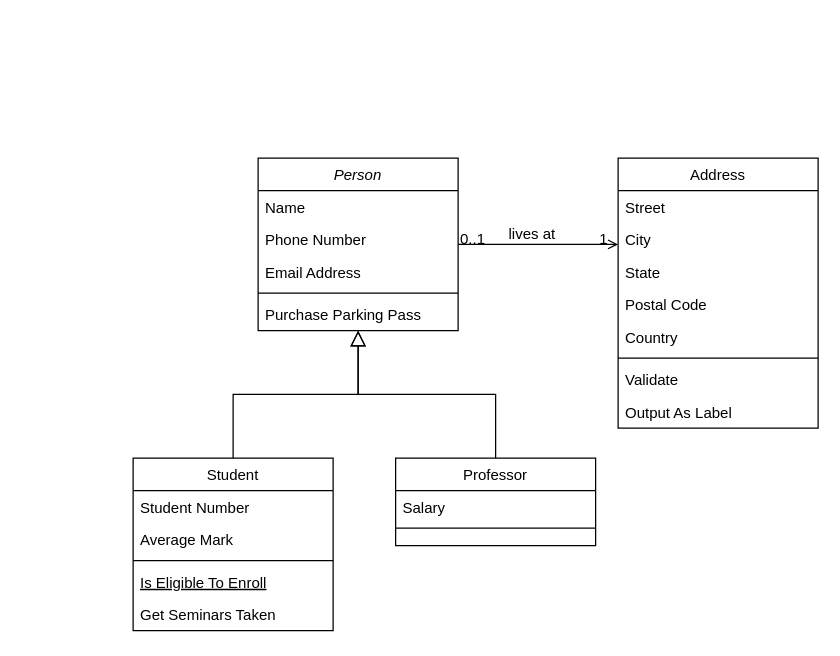
Before: Untitled Diagram.drawio in LucasOtw/SAE-1.04-BDD, a draw.io diagram. Source tidied: cells renumbered, new cells numbered last; positions are measured from the earlier drawing's top-left corner, leaving out a move shared by most shapes. Both pictures are drawn from the tidied source at 125%, with x=0, y=0 at pixel (132, 158).
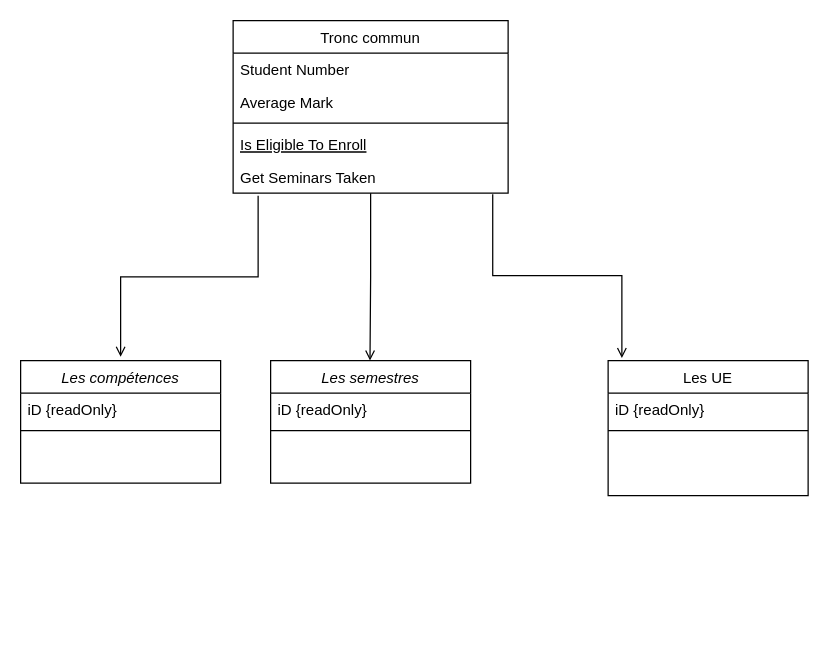
The same diagram, later.

Commit message:
Diagramme_Classes_S1

Change to the diagram source:
```diff
@@
-    <mxCell id="2" value="Person" style="swimlane;fontStyle=2;align=center;verticalAlign=top;horizontal=1;startSize=26;rounded=0;shadow=0;strokeWidth=1;" parent="1" vertex="1">
-      <mxGeometry x="100" width="160" height="138" as="geometry" />
+    <mxCell id="2" value="Les semestres" style="swimlane;fontStyle=2;align=center;verticalAlign=top;horizontal=1;startSize=26;rounded=0;shadow=0;strokeWidth=1;" parent="1" vertex="1">
+      <mxGeometry x="110" y="162" width="160" height="98" as="geometry" />
     </mxCell>
-    <mxCell id="3" value="Name" style="text;align=left;verticalAlign=top;spacingLeft=4;spacingRight=4;overflow=hidden;" parent="2" vertex="1">
+    <mxCell id="3" value="iD {readOnly}" style="text;align=left;verticalAlign=top;spacingLeft=4;spacingRight=4;overflow=hidden;" parent="2" vertex="1">
       <mxGeometry y="26" width="160" height="26" as="geometry" />
     </mxCell>
-    <mxCell id="4" value="Phone Number" style="text;align=left;verticalAlign=top;spacingLeft=4;spacingRight=4;overflow=hidden;rounded=0;shadow=0;html=0;" parent="2" vertex="1">
-      <mxGeometry y="52" width="160" height="26" as="geometry" />
-    </mxCell>
-    <mxCell id="5" value="Email Address" style="text;align=left;verticalAlign=top;spacingLeft=4;spacingRight=4;overflow=hidden;rounded=0;shadow=0;html=0;" parent="2" vertex="1">
-      <mxGeometry y="78" width="160" height="26" as="geometry" />
-    </mxCell>
     <mxCell id="6" style="line;html=1;strokeWidth=1;align=left;verticalAlign=middle;spacingTop=-1;spacingLeft=3;spacingRight=3;labelPosition=right;" parent="2" vertex="1">
-      <mxGeometry y="104" width="160" height="8" as="geometry" />
+      <mxGeometry y="52" width="160" height="8" as="geometry" />
     </mxCell>
-    <mxCell id="7" value="Purchase Parking Pass" style="text;align=left;verticalAlign=top;spacingLeft=4;spacingRight=4;overflow=hidden;" parent="2" vertex="1">
-      <mxGeometry y="112" width="160" height="26" as="geometry" />
-    </mxCell>
-    <mxCell id="8" value="Student" style="swimlane;fontStyle=0;align=center;verticalAlign=top;horizontal=1;startSize=26;rounded=0;shadow=0;strokeWidth=1;" parent="1" vertex="1">
-      <mxGeometry y="240" width="160" height="138" as="geometry" />
+    <mxCell id="8" value="Tronc commun" style="swimlane;fontStyle=0;align=center;verticalAlign=top;horizontal=1;startSize=26;rounded=0;shadow=0;strokeWidth=1;" parent="1" vertex="1">
+      <mxGeometry x="80" y="-110" width="220" height="138" as="geometry" />
     </mxCell>
     <mxCell id="9" value="Student Number" style="text;align=left;verticalAlign=top;spacingLeft=4;spacingRight=4;overflow=hidden;" parent="8" vertex="1">
-      <mxGeometry y="26" width="160" height="26" as="geometry" />
+      <mxGeometry y="26" width="220" height="26" as="geometry" />
     </mxCell>
     <mxCell id="10" value="Average Mark" style="text;align=left;verticalAlign=top;spacingLeft=4;spacingRight=4;overflow=hidden;rounded=0;shadow=0;html=0;" parent="8" vertex="1">
-      <mxGeometry y="52" width="160" height="26" as="geometry" />
+      <mxGeometry y="52" width="220" height="26" as="geometry" />
     </mxCell>
     <mxCell id="11" style="line;html=1;strokeWidth=1;align=left;verticalAlign=middle;spacingTop=-1;spacingLeft=3;spacingRight=3;labelPosition=right;" parent="8" vertex="1">
-      <mxGeometry y="78" width="160" height="8" as="geometry" />
+      <mxGeometry y="78" width="220" height="8" as="geometry" />
     </mxCell>
     <mxCell id="12" value="Is Eligible To Enroll" style="text;align=left;verticalAlign=top;spacingLeft=4;spacingRight=4;overflow=hidden;fontStyle=4;" parent="8" vertex="1">
-      <mxGeometry y="86" width="160" height="26" as="geometry" />
+      <mxGeometry y="86" width="220" height="26" as="geometry" />
     </mxCell>
     <mxCell id="13" value="Get Seminars Taken" style="text;align=left;verticalAlign=top;spacingLeft=4;spacingRight=4;overflow=hidden;points=[[0,0.5],[1,0.5]];portConstraint=eastwest;" parent="8" vertex="1">
-      <mxGeometry y="112" width="160" height="26" as="geometry" />
+      <mxGeometry y="112" width="220" height="26" as="geometry" />
     </mxCell>
-    <mxCell id="14" style="endArrow=block;endSize=10;endFill=0;shadow=0;strokeWidth=1;rounded=0;edgeStyle=elbowEdgeStyle;elbow=vertical;" parent="1" edge="1" source="8" target="2">
-      <mxGeometry relative="1" as="geometry" />
-    </mxCell>
-    <mxCell id="15" value="Professor" style="swimlane;fontStyle=0;align=center;verticalAlign=top;horizontal=1;startSize=26;rounded=0;shadow=0;strokeWidth=1;" parent="1" vertex="1">
-      <mxGeometry x="210" y="240" width="160" height="70" as="geometry" />
-    </mxCell>
-    <mxCell id="16" value="Salary" style="text;align=left;verticalAlign=top;spacingLeft=4;spacingRight=4;overflow=hidden;" parent="15" vertex="1">
-      <mxGeometry y="26" width="160" height="26" as="geometry" />
-    </mxCell>
-    <mxCell id="17" style="line;html=1;strokeWidth=1;align=left;verticalAlign=middle;spacingTop=-1;spacingLeft=3;spacingRight=3;labelPosition=right;" parent="15" vertex="1">
-      <mxGeometry y="52" width="160" height="8" as="geometry" />
-    </mxCell>
-    <mxCell id="18" style="endArrow=block;endSize=10;endFill=0;shadow=0;strokeWidth=1;rounded=0;edgeStyle=elbowEdgeStyle;elbow=vertical;" parent="1" edge="1" source="15" target="2">
-      <mxGeometry relative="1" as="geometry" />
-    </mxCell>
-    <mxCell id="19" value="Address" style="swimlane;fontStyle=0;align=center;verticalAlign=top;horizontal=1;startSize=26;rounded=0;shadow=0;strokeWidth=1;" parent="1" vertex="1">
-      <mxGeometry x="388" width="160" height="216" as="geometry" />
+    <mxCell id="19" value="Les UE" style="swimlane;fontStyle=0;align=center;verticalAlign=top;horizontal=1;startSize=26;rounded=0;shadow=0;strokeWidth=1;" parent="1" vertex="1">
+      <mxGeometry x="380" y="162" width="160" height="108" as="geometry" />
     </mxCell>
-    <mxCell id="20" value="Street" style="text;align=left;verticalAlign=top;spacingLeft=4;spacingRight=4;overflow=hidden;" parent="19" vertex="1">
+    <mxCell id="20" value="iD {readOnly}" style="text;align=left;verticalAlign=top;spacingLeft=4;spacingRight=4;overflow=hidden;" parent="19" vertex="1">
       <mxGeometry y="26" width="160" height="26" as="geometry" />
     </mxCell>
-    <mxCell id="21" value="City" style="text;align=left;verticalAlign=top;spacingLeft=4;spacingRight=4;overflow=hidden;rounded=0;shadow=0;html=0;" parent="19" vertex="1">
-      <mxGeometry y="52" width="160" height="26" as="geometry" />
-    </mxCell>
-    <mxCell id="22" value="State" style="text;align=left;verticalAlign=top;spacingLeft=4;spacingRight=4;overflow=hidden;rounded=0;shadow=0;html=0;" parent="19" vertex="1">
-      <mxGeometry y="78" width="160" height="26" as="geometry" />
-    </mxCell>
-    <mxCell id="23" value="Postal Code" style="text;align=left;verticalAlign=top;spacingLeft=4;spacingRight=4;overflow=hidden;rounded=0;shadow=0;html=0;" parent="19" vertex="1">
-      <mxGeometry y="104" width="160" height="26" as="geometry" />
-    </mxCell>
-    <mxCell id="24" value="Country" style="text;align=left;verticalAlign=top;spacingLeft=4;spacingRight=4;overflow=hidden;rounded=0;shadow=0;html=0;" parent="19" vertex="1">
-      <mxGeometry y="130" width="160" height="26" as="geometry" />
-    </mxCell>
     <mxCell id="25" style="line;html=1;strokeWidth=1;align=left;verticalAlign=middle;spacingTop=-1;spacingLeft=3;spacingRight=3;labelPosition=right;" parent="19" vertex="1">
-      <mxGeometry y="156" width="160" height="8" as="geometry" />
+      <mxGeometry y="52" width="160" height="8" as="geometry" />
     </mxCell>
-    <mxCell id="26" value="Validate" style="text;align=left;verticalAlign=top;spacingLeft=4;spacingRight=4;overflow=hidden;" parent="19" vertex="1">
-      <mxGeometry y="164" width="160" height="26" as="geometry" />
-    </mxCell>
-    <mxCell id="27" value="Output As Label" style="text;align=left;verticalAlign=top;spacingLeft=4;spacingRight=4;overflow=hidden;" parent="19" vertex="1">
-      <mxGeometry y="190" width="160" height="26" as="geometry" />
-    </mxCell>
-    <mxCell id="28" style="endArrow=open;shadow=0;strokeWidth=1;rounded=0;endFill=1;edgeStyle=elbowEdgeStyle;elbow=vertical;" parent="1" edge="1" source="2" target="19">
-      <mxGeometry x="0.5" y="41" relative="1" as="geometry">
-        <mxPoint x="-40" y="32" as="offset" />
-      </mxGeometry>
-    </mxCell>
-    <mxCell id="29" value="0..1" style="align=left;verticalAlign=bottom;labelBackgroundColor=none;fontSize=12;" parent="28" vertex="1">
-      <mxGeometry x="-1" relative="1" as="geometry">
-        <mxPoint y="4" as="offset" />
-      </mxGeometry>
-    </mxCell>
-    <mxCell id="30" value="1" style="align=right;verticalAlign=bottom;labelBackgroundColor=none;fontSize=12;" parent="28" vertex="1">
-      <mxGeometry x="1" relative="1" as="geometry">
-        <mxPoint x="-7" y="4" as="offset" />
-      </mxGeometry>
-    </mxCell>
-    <mxCell id="31" value="lives at" style="text;html=1;align=center;verticalAlign=middle;labelBackgroundColor=none;rounded=0;shadow=0;strokeWidth=1;fontSize=12;" parent="28" vertex="1">
-      <mxGeometry x="0.5" y="49" relative="1" as="geometry">
-        <mxPoint x="-38" y="40" as="offset" />
-      </mxGeometry>
-    </mxCell>
+    <mxCell id="32" style="endArrow=open;shadow=0;strokeWidth=1;rounded=0;endFill=1;edgeStyle=elbowEdgeStyle;elbow=vertical;" parent="1" edge="1" source="13">
+      <mxGeometry x="0.5" y="41" relative="1" as="geometry">
+        <mxPoint x="189.5" y="162" as="targetPoint" />
+        <mxPoint x="-40" y="32" as="offset" />
+      </mxGeometry>
+    </mxCell>
+    <mxCell id="33" style="endArrow=open;shadow=0;strokeWidth=1;rounded=0;endFill=1;edgeStyle=elbowEdgeStyle;elbow=vertical;exitX=0.944;exitY=1.038;exitDx=0;exitDy=0;exitPerimeter=0;" parent="1" edge="1" source="13">
+      <mxGeometry x="0.5" y="41" relative="1" as="geometry">
+        <mxPoint x="391" y="160" as="targetPoint" />
+        <mxPoint x="-40" y="32" as="offset" />
+      </mxGeometry>
+    </mxCell>
+    <mxCell id="34" value="Les compétences" style="swimlane;fontStyle=2;align=center;verticalAlign=top;horizontal=1;startSize=26;rounded=0;shadow=0;strokeWidth=1;" parent="1" vertex="1">
+      <mxGeometry x="-90" y="162" width="160" height="98" as="geometry" />
+    </mxCell>
+    <mxCell id="35" value="iD {readOnly}" style="text;align=left;verticalAlign=top;spacingLeft=4;spacingRight=4;overflow=hidden;" parent="34" vertex="1">
+      <mxGeometry y="26" width="160" height="26" as="geometry" />
+    </mxCell>
+    <mxCell id="17" style="line;html=1;strokeWidth=1;align=left;verticalAlign=middle;spacingTop=-1;spacingLeft=3;spacingRight=3;labelPosition=right;" parent="34" vertex="1">
+      <mxGeometry y="52" width="160" height="8" as="geometry" />
+    </mxCell>
+    <mxCell id="36" style="endArrow=open;shadow=0;strokeWidth=1;rounded=0;endFill=1;edgeStyle=elbowEdgeStyle;elbow=vertical;" parent="1" edge="1">
+      <mxGeometry x="0.5" y="41" relative="1" as="geometry">
+        <mxPoint x="100" y="30" as="sourcePoint" />
+        <mxPoint x="-10" y="159" as="targetPoint" />
+        <mxPoint x="-40" y="32" as="offset" />
+      </mxGeometry>
+    </mxCell>
```
